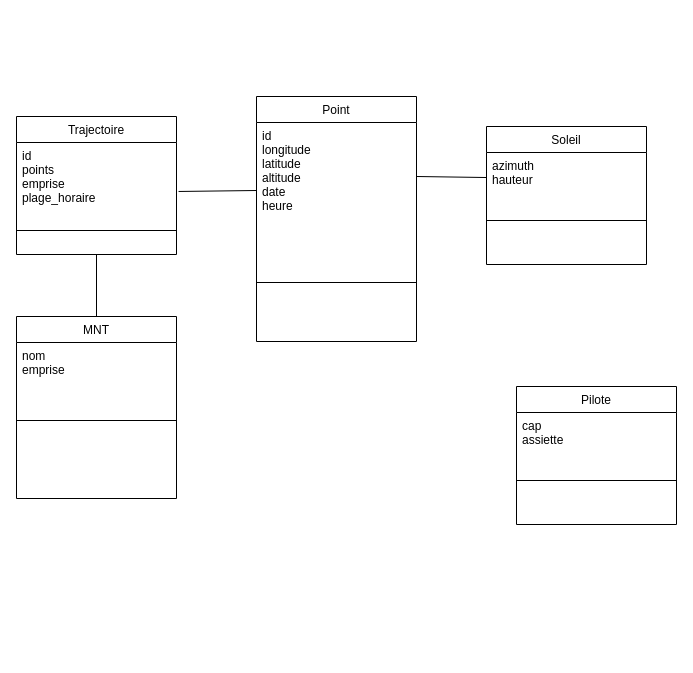
Before: Diagramme2classes.drawio in PaulCllch/BEA, a draw.io diagram. Source tidied: cells renumbered, new cells numbered last; positions are measured from the earlier drawing's top-left corner, leaving out a move shared by most shapes. Both pictures are drawn from the tidied source at 100%, with x=0, y=0 at pixel (16, 96).
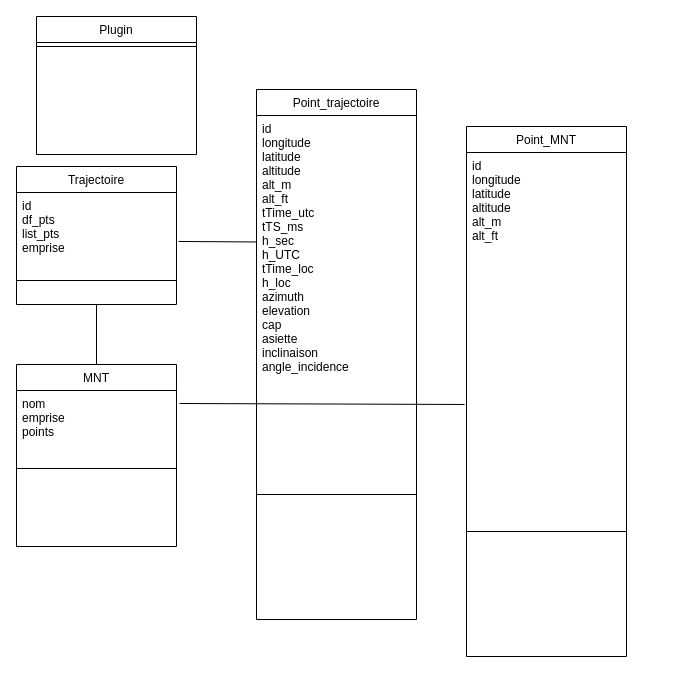
The same page after the edit.

Commit message:
Mettre à jour Diagramme2classes.drawio

Diff of the diagram source:
```diff
@@
     <mxCell id="2" value="Trajectoire" style="swimlane;fontStyle=0;align=center;verticalAlign=top;horizontal=1;startSize=26;rounded=0;shadow=0;strokeWidth=1;" parent="1" vertex="1">
-      <mxGeometry y="20" width="160" height="138" as="geometry" />
+      <mxGeometry y="70" width="160" height="138" as="geometry" />
     </mxCell>
-    <mxCell id="3" value="id&#10;points&#10;emprise&#10;plage_horaire" style="text;align=left;verticalAlign=top;spacingLeft=4;spacingRight=4;overflow=hidden;points=[[0,0.5],[1,0.5]];portConstraint=eastwest;" parent="2" vertex="1">
+    <mxCell id="3" value="id&#10;df_pts&#10;list_pts&#10;emprise" style="text;align=left;verticalAlign=top;spacingLeft=4;spacingRight=4;overflow=hidden;points=[[0,0.5],[1,0.5]];portConstraint=eastwest;" parent="2" vertex="1">
       <mxGeometry y="26" width="160" height="84" as="geometry" />
     </mxCell>
@@
-    <mxCell id="5" value="Soleil" style="swimlane;fontStyle=0;align=center;verticalAlign=top;horizontal=1;startSize=26;rounded=0;shadow=0;strokeWidth=1;" parent="1" vertex="1">
-      <mxGeometry x="470" y="30" width="160" height="138" as="geometry" />
-    </mxCell>
-    <mxCell id="6" value="azimuth&#10;hauteur&#10;" style="text;align=left;verticalAlign=top;spacingLeft=4;spacingRight=4;overflow=hidden;points=[[0,0.5],[1,0.5]];portConstraint=eastwest;" parent="5" vertex="1">
-      <mxGeometry y="26" width="160" height="64" as="geometry" />
-    </mxCell>
-    <mxCell id="7" style="line;html=1;strokeWidth=1;align=left;verticalAlign=middle;spacingTop=-1;spacingLeft=3;spacingRight=3;labelPosition=right;" parent="5" vertex="1">
-      <mxGeometry y="90" width="160" height="8" as="geometry" />
-    </mxCell>
     <mxCell id="8" value="MNT" style="swimlane;fontStyle=0;align=center;verticalAlign=top;horizontal=1;startSize=26;rounded=0;shadow=0;strokeWidth=1;" parent="1" vertex="1">
-      <mxGeometry y="220" width="160" height="182" as="geometry" />
+      <mxGeometry y="268" width="160" height="182" as="geometry" />
     </mxCell>
-    <mxCell id="9" value="nom&#10;emprise" style="text;align=left;verticalAlign=top;spacingLeft=4;spacingRight=4;overflow=hidden;points=[[0,0.5],[1,0.5]];portConstraint=eastwest;" parent="8" vertex="1">
+    <mxCell id="9" value="nom&#10;emprise&#10;points&#10;&#10;" style="text;align=left;verticalAlign=top;spacingLeft=4;spacingRight=4;overflow=hidden;points=[[0,0.5],[1,0.5]];portConstraint=eastwest;" parent="8" vertex="1">
       <mxGeometry y="26" width="160" height="54" as="geometry" />
     </mxCell>
@@
-    <mxCell id="11" value="Point" style="swimlane;fontStyle=0;align=center;verticalAlign=top;horizontal=1;startSize=26;rounded=0;shadow=0;strokeWidth=1;" parent="1" vertex="1">
-      <mxGeometry x="240" width="160" height="245" as="geometry" />
+    <mxCell id="11" value="Point_trajectoire" style="swimlane;fontStyle=0;align=center;verticalAlign=top;horizontal=1;startSize=26;rounded=0;shadow=0;strokeWidth=1;" parent="1" vertex="1">
+      <mxGeometry x="240" y="-7" width="160" height="530" as="geometry" />
     </mxCell>
-    <mxCell id="12" value="id&#10;longitude&#10;latitude&#10;altitude&#10;date&#10;heure&#10;" style="text;align=left;verticalAlign=top;spacingLeft=4;spacingRight=4;overflow=hidden;points=[[0,0.5],[1,0.5]];portConstraint=eastwest;" parent="11" vertex="1">
-      <mxGeometry y="26" width="160" height="134" as="geometry" />
+    <mxCell id="12" value="id&#10;longitude&#10;latitude&#10;altitude&#10;alt_m&#10;alt_ft&#10;tTime_utc&#10;tTS_ms&#10;h_sec&#10;h_UTC&#10;tTime_loc&#10;h_loc&#10;azimuth&#10;elevation&#10;cap&#10;asiette&#10;inclinaison&#10;angle_incidence&#10;" style="text;align=left;verticalAlign=top;spacingLeft=4;spacingRight=4;overflow=hidden;points=[[0,0.5],[1,0.5]];portConstraint=eastwest;" parent="11" vertex="1">
+      <mxGeometry y="26" width="160" height="254" as="geometry" />
     </mxCell>
     <mxCell id="13" style="line;html=1;strokeWidth=1;align=left;verticalAlign=middle;spacingTop=-1;spacingLeft=3;spacingRight=3;labelPosition=right;" parent="11" vertex="1">
-      <mxGeometry y="160" width="160" height="52" as="geometry" />
+      <mxGeometry y="280" width="160" height="250" as="geometry" />
     </mxCell>
-    <mxCell id="14" value="Pilote" style="swimlane;fontStyle=0;align=center;verticalAlign=top;horizontal=1;startSize=26;rounded=0;shadow=0;strokeWidth=1;" parent="1" vertex="1">
-      <mxGeometry x="500" y="290" width="160" height="138" as="geometry" />
-    </mxCell>
-    <mxCell id="15" value="cap&#10;assiette" style="text;align=left;verticalAlign=top;spacingLeft=4;spacingRight=4;overflow=hidden;" parent="14" vertex="1">
-      <mxGeometry y="26" width="160" height="64" as="geometry" />
-    </mxCell>
-    <mxCell id="16" style="line;html=1;strokeWidth=1;align=left;verticalAlign=middle;spacingTop=-1;spacingLeft=3;spacingRight=3;labelPosition=right;" parent="14" vertex="1">
-      <mxGeometry y="90" width="160" height="8" as="geometry" />
-    </mxCell>
@@
-    <mxCell id="19" style="endArrow=none;html=1;rounded=0;entryX=0;entryY=0.391;entryDx=0;entryDy=0;entryPerimeter=0;" parent="1" edge="1" target="6">
-      <mxGeometry relative="1" as="geometry">
-        <mxPoint x="400" y="80" as="sourcePoint" />
-      </mxGeometry>
-    </mxCell>
+    <mxCell id="20" value="Point_MNT" style="swimlane;fontStyle=0;align=center;verticalAlign=top;horizontal=1;startSize=26;rounded=0;shadow=0;strokeWidth=1;" parent="1" vertex="1">
+      <mxGeometry x="450" y="30" width="160" height="530" as="geometry" />
+    </mxCell>
+    <mxCell id="21" value="id&#10;longitude&#10;latitude&#10;altitude&#10;alt_m&#10;alt_ft&#10;" style="text;align=left;verticalAlign=top;spacingLeft=4;spacingRight=4;overflow=hidden;points=[[0,0.5],[1,0.5]];portConstraint=eastwest;" parent="20" vertex="1">
+      <mxGeometry y="26" width="160" height="254" as="geometry" />
+    </mxCell>
+    <mxCell id="22" style="line;html=1;strokeWidth=1;align=left;verticalAlign=middle;spacingTop=-1;spacingLeft=3;spacingRight=3;labelPosition=right;" parent="20" vertex="1">
+      <mxGeometry y="280" width="160" height="250" as="geometry" />
+    </mxCell>
+    <mxCell id="23" style="endArrow=none;html=1;rounded=0;exitX=1.019;exitY=0.241;exitDx=0;exitDy=0;exitPerimeter=0;entryX=-0.012;entryY=0.992;entryDx=0;entryDy=0;entryPerimeter=0;" parent="1" edge="1" source="9" target="21">
+      <mxGeometry relative="1" as="geometry" />
+    </mxCell>
+    <mxCell id="24" value="Plugin" style="swimlane;fontStyle=0;align=center;verticalAlign=top;horizontal=1;startSize=26;rounded=0;shadow=0;strokeWidth=1;" parent="1" vertex="1">
+      <mxGeometry x="20" y="-80" width="160" height="138" as="geometry" />
+    </mxCell>
+    <mxCell id="25" style="line;html=1;strokeWidth=1;align=left;verticalAlign=middle;spacingTop=-1;spacingLeft=3;spacingRight=3;labelPosition=right;" parent="24" vertex="1">
+      <mxGeometry y="26" width="160" height="8" as="geometry" />
+    </mxCell>
```
